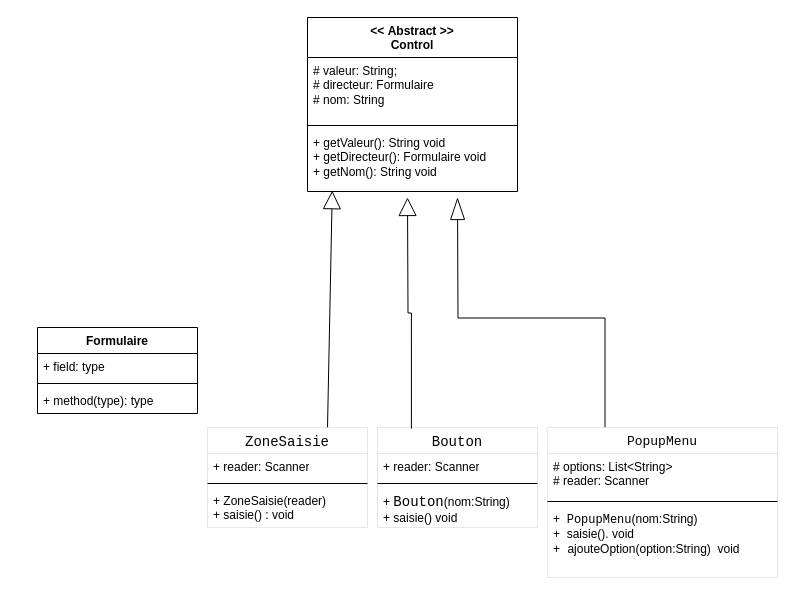
The draw.io diagram Diagramme sans nom.drawio in abbesfr81/design-patterns, before the edit. Source tidied: cells renumbered, new cells numbered last; positions are measured from the earlier drawing's top-left corner, leaving out a move shared by most shapes. Both pictures are drawn from the tidied source at 100%, with x=0, y=0 at pixel (37, 17).
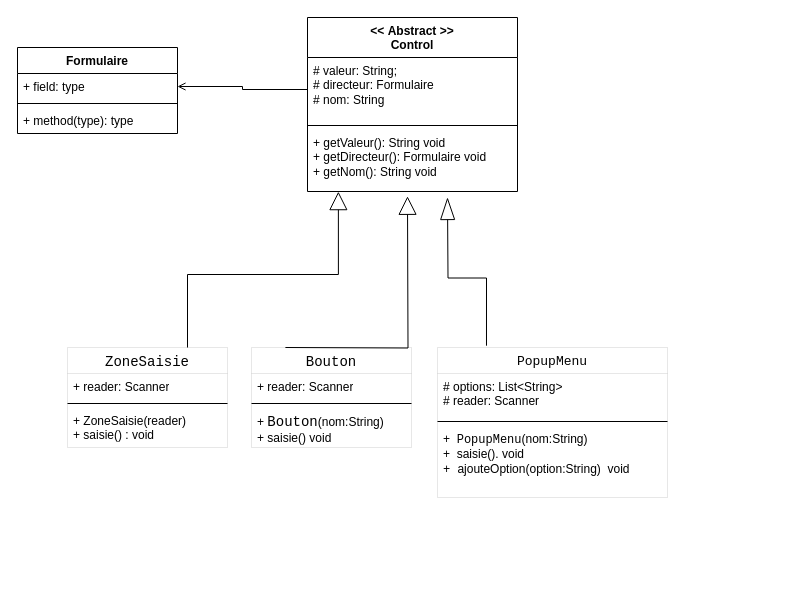
The same page after the edit.

Commit message:
Mettre à jour Diagramme sans nom.drawio

The change refers to these unchanged cells:
```xml
<mxCell id="3" value="# valeur: String;&lt;div&gt;# directeur: Formulaire&lt;/div&gt;&lt;div&gt;# nom: String&lt;br&gt;&lt;div&gt;&lt;br&gt;&lt;/div&gt;&lt;/div&gt;" style="text;strokeColor=none;fillColor=none;align=left;verticalAlign=top;spacingLeft=4;spacingRight=4;overflow=hidden;points=[[0,0.5],[1,0.5]];portConstraint=eastwest;whiteSpace=wrap;html=1;" parent="2" vertex="1">
  <mxGeometry y="40" width="210" height="64" as="geometry" />
</mxCell>
<mxCell id="5" value="+ getValeur(): String void&lt;div&gt;+ getDirecteur(): Formulaire void&lt;/div&gt;&lt;div&gt;+ getNom(): String void&lt;/div&gt;" style="text;strokeColor=none;fillColor=none;align=left;verticalAlign=top;spacingLeft=4;spacingRight=4;overflow=hidden;points=[[0,0.5],[1,0.5]];portConstraint=eastwest;whiteSpace=wrap;html=1;" parent="2" vertex="1">
  <mxGeometry y="112" width="210" height="62" as="geometry" />
</mxCell>
<mxCell id="7" value="+ field: type" style="text;strokeColor=none;fillColor=none;align=left;verticalAlign=top;spacingLeft=4;spacingRight=4;overflow=hidden;points=[[0,0.5],[1,0.5]];portConstraint=eastwest;whiteSpace=wrap;html=1;" parent="6" vertex="1">
  <mxGeometry y="26" width="160" height="26" as="geometry" />
</mxCell>
```

What changed in the source:
```diff
@@
     <mxCell id="6" value="Formulaire" style="swimlane;fontStyle=1;align=center;verticalAlign=top;horizontal=1;startSize=26;whiteSpace=wrap;html=1;" parent="1" vertex="1">
-      <mxGeometry y="310" width="160" height="86" as="geometry" />
+      <mxGeometry x="-20" y="30" width="160" height="86" as="geometry" />
     </mxCell>
@@
-    <mxCell id="10" style="endArrow=block;endSize=16;endFill=0;html=1;rounded=0;exitX=0.75;exitY=0;exitDx=0;exitDy=0;entryX=0.118;entryY=0.987;entryDx=0;entryDy=0;entryPerimeter=0;" parent="1" edge="1" source="11" target="5">
-      <mxGeometry y="10" relative="1" as="geometry" />
-    </mxCell>
     <mxCell id="11" value="&lt;p style=&quot;margin: 0px; font-variant-numeric: normal; font-variant-east-asian: normal; font-variant-alternates: normal; font-size-adjust: none; font-kerning: auto; font-optical-sizing: auto; font-feature-settings: normal; font-variation-settings: normal; font-variant-position: normal; font-weight: 400; font-stretch: normal; font-size: 14px; line-height: normal; font-family: Courier; text-align: start;&quot; class=&quot;p1&quot;&gt;ZoneSaisie&lt;/p&gt;" style="swimlane;fontStyle=1;align=center;verticalAlign=top;horizontal=1;startSize=26;whiteSpace=wrap;html=1;strokeWidth=0;fontSize=14;" parent="1" vertex="1">
-      <mxGeometry x="170" y="410" width="160" height="100" as="geometry" />
+      <mxGeometry x="30" y="330" width="160" height="100" as="geometry" />
     </mxCell>
@@
     <mxCell id="15" value="&lt;p style=&quot;margin: 0px; font-variant-numeric: normal; font-variant-east-asian: normal; font-variant-alternates: normal; font-size-adjust: none; font-kerning: auto; font-optical-sizing: auto; font-feature-settings: normal; font-variation-settings: normal; font-variant-position: normal; font-weight: 400; font-stretch: normal; font-size: 14px; line-height: normal; font-family: Courier; text-align: start;&quot; class=&quot;p1&quot;&gt;Bouton&lt;/p&gt;" style="swimlane;fontStyle=1;align=center;verticalAlign=top;horizontal=1;startSize=26;whiteSpace=wrap;html=1;strokeWidth=0;fontSize=14;" parent="1" vertex="1">
-      <mxGeometry x="340" y="410" width="160" height="100" as="geometry" />
+      <mxGeometry x="214" y="330" width="160" height="100" as="geometry" />
     </mxCell>
@@
-    <mxCell id="19" style="endArrow=block;endSize=16;endFill=0;html=1;rounded=0;strokeColor=default;align=center;verticalAlign=middle;fontFamily=Helvetica;fontSize=11;fontColor=default;labelBackgroundColor=default;edgeStyle=orthogonalEdgeStyle;exitX=0.212;exitY=0.012;exitDx=0;exitDy=0;exitPerimeter=0;" parent="1" edge="1" source="15">
+    <mxCell id="19" style="endArrow=block;endSize=16;endFill=0;html=1;rounded=0;strokeColor=default;align=center;verticalAlign=middle;fontFamily=Helvetica;fontSize=11;fontColor=default;labelBackgroundColor=default;edgeStyle=orthogonalEdgeStyle;exitX=0.212;exitY=0.012;exitDx=0;exitDy=0;exitPerimeter=0;" parent="1" edge="1">
       <mxGeometry relative="1" as="geometry">
-        <mxPoint x="370" y="180" as="targetPoint" />
+        <mxPoint x="247.9" y="330" as="sourcePoint" />
+        <mxPoint x="370" y="178.8" as="targetPoint" />
       </mxGeometry>
     </mxCell>
-    <mxCell id="20" style="edgeStyle=orthogonalEdgeStyle;shape=connector;rounded=0;jettySize=auto;html=1;exitX=0.25;exitY=0;exitDx=0;exitDy=0;strokeColor=default;align=center;verticalAlign=middle;fontFamily=Helvetica;fontSize=11;fontColor=default;labelBackgroundColor=default;endArrow=blockThin;endFill=0;endSize=20;" parent="1" edge="1" source="21">
+    <mxCell id="20" style="edgeStyle=orthogonalEdgeStyle;shape=connector;rounded=0;jettySize=auto;html=1;strokeColor=default;align=center;verticalAlign=middle;fontFamily=Helvetica;fontSize=11;fontColor=default;labelBackgroundColor=default;endArrow=blockThin;endFill=0;endSize=20;exitX=0.213;exitY=-0.012;exitDx=0;exitDy=0;exitPerimeter=0;" parent="1" edge="1" source="21">
       <mxGeometry relative="1" as="geometry">
-        <mxPoint x="420" y="180" as="targetPoint" />
+        <mxPoint x="410" y="180" as="targetPoint" />
       </mxGeometry>
     </mxCell>
     <mxCell id="21" value="&lt;p style=&quot;margin: 0px; font-variant-numeric: normal; font-variant-east-asian: normal; font-variant-alternates: normal; font-size-adjust: none; font-kerning: auto; font-optical-sizing: auto; font-feature-settings: normal; font-variation-settings: normal; font-variant-position: normal; font-weight: 400; font-stretch: normal; font-size: 13px; line-height: normal; font-family: Courier; text-align: start;&quot; class=&quot;p1&quot;&gt;PopupMenu&lt;/p&gt;" style="swimlane;fontStyle=1;align=center;verticalAlign=top;horizontal=1;startSize=26;whiteSpace=wrap;html=1;strokeWidth=0;fontSize=14;" parent="1" vertex="1">
-      <mxGeometry x="510" y="410" width="230" height="150" as="geometry" />
+      <mxGeometry x="400" y="330" width="230" height="150" as="geometry" />
     </mxCell>
@@
+    <mxCell id="25" style="edgeStyle=orthogonalEdgeStyle;shape=connector;rounded=0;jettySize=auto;html=1;exitX=0;exitY=0.5;exitDx=0;exitDy=0;entryX=1;entryY=0.5;entryDx=0;entryDy=0;strokeColor=default;align=center;verticalAlign=middle;fontFamily=Helvetica;fontSize=11;fontColor=default;labelBackgroundColor=default;endArrow=open;endFill=0;" parent="1" edge="1" source="3" target="7">
+      <mxGeometry relative="1" as="geometry" />
+    </mxCell>
+    <mxCell id="10" style="edgeStyle=orthogonalEdgeStyle;shape=connector;rounded=0;jettySize=auto;html=1;exitX=0.75;exitY=0;exitDx=0;exitDy=0;entryX=0.147;entryY=1.002;entryDx=0;entryDy=0;entryPerimeter=0;strokeColor=default;align=center;verticalAlign=middle;fontFamily=Helvetica;fontSize=11;fontColor=default;labelBackgroundColor=default;endArrow=block;endFill=0;strokeWidth=1;endSize=16;" parent="1" edge="1" source="11" target="5">
+      <mxGeometry relative="1" as="geometry" />
+    </mxCell>
```
